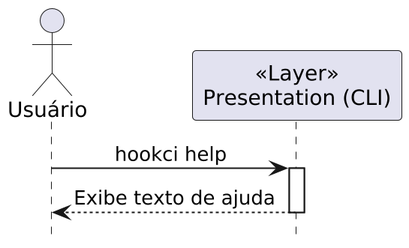
Before: Artefatos/diagrams/sequence/help.png, a diagram exported from PlantUML (h3nc4/tmp). Its diagram source:
```plantuml
@startuml help
scale 2
!theme _none_
hide footbox
skinparam sequenceMessageAlign center

actor "Usuário" as User
participant "<<Layer>>\nPresentation (CLI)" as CLI

User -> CLI : hookci help
activate CLI
CLI --> User : Exibe texto de ajuda
deactivate CLI
@enduml
```
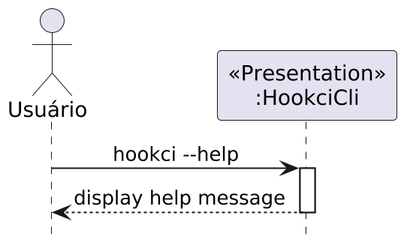
The same diagram one commit later.

Diff of the diagram source:
```diff
@@ -5,10 +5,10 @@
 skinparam sequenceMessageAlign center
 
 actor "Usuário" as User
-participant "<<Layer>>\nPresentation (CLI)" as CLI
+participant "<<Presentation>>\n:HookciCli" as CLI
 
-User -> CLI : hookci help
+User -> CLI : hookci --help
 activate CLI
-CLI --> User : Exibe texto de ajuda
+CLI --> User : display help message
 deactivate CLI
 @enduml
```
